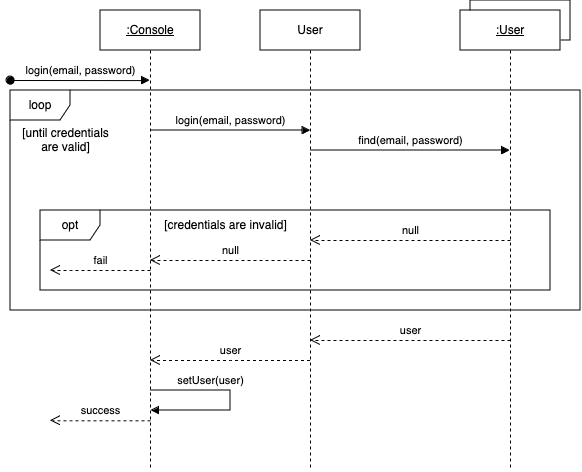
Above: artifacts/usecase-processofferings/login-interaction-diagram.png in vinishamanek/SOEN342 (draw.io), before the change. Source tidied: cells renumbered, new cells last; positions are measured from the earlier drawing's top-left corner, leaving out a move shared by most shapes. The source it was exported from:
```xml
<mxGraphModel>
  <root>
    <mxCell id="0" />
    <mxCell id="1" parent="0" />
    <mxCell id="2" style="rounded=0;whiteSpace=wrap;html=1;" parent="1" vertex="1">
      <mxGeometry x="460" width="100" height="40" as="geometry" />
    </mxCell>
    <mxCell id="3" value="&lt;u&gt;:Console&lt;/u&gt;" style="shape=umlLifeline;perimeter=lifelinePerimeter;whiteSpace=wrap;html=1;outlineConnect=0;portConstraint=eastwest;newEdgeStyle={&quot;edgeStyle&quot;:&quot;elbowEdgeStyle&quot;,&quot;elbow&quot;:&quot;vertical&quot;,&quot;curved&quot;:0,&quot;rounded&quot;:0};" parent="1" vertex="1">
      <mxGeometry x="90" y="10" width="100" height="460" as="geometry" />
    </mxCell>
    <mxCell id="4" value="user" style="html=1;verticalAlign=bottom;endArrow=open;dashed=1;endSize=8;edgeStyle=elbowEdgeStyle;elbow=vertical;curved=0;rounded=0;" parent="1" edge="1">
      <mxGeometry relative="1" as="geometry">
        <mxPoint x="500" y="340" as="sourcePoint" />
        <mxPoint x="299.9" y="340" as="targetPoint" />
        <Array as="points">
          <mxPoint x="425" y="340" />
        </Array>
      </mxGeometry>
    </mxCell>
    <mxCell id="5" value="login(email, password)" style="html=1;verticalAlign=bottom;startArrow=oval;endArrow=block;startSize=8;edgeStyle=elbowEdgeStyle;elbow=vertical;curved=0;rounded=0;" parent="1" edge="1" target="3">
      <mxGeometry relative="1" as="geometry">
        <mxPoint y="80" as="sourcePoint" />
      </mxGeometry>
    </mxCell>
    <mxCell id="6" value="User" style="shape=umlLifeline;perimeter=lifelinePerimeter;whiteSpace=wrap;html=1;newEdgeStyle={&quot;edgeStyle&quot;:&quot;elbowEdgeStyle&quot;,&quot;elbow&quot;:&quot;vertical&quot;,&quot;curved&quot;:0,&quot;rounded&quot;:0};" parent="1" vertex="1">
      <mxGeometry x="250" y="10" width="100" height="460" as="geometry" />
    </mxCell>
    <mxCell id="7" value="login(email, password)" style="html=1;verticalAlign=bottom;endArrow=none;edgeStyle=elbowEdgeStyle;elbow=vertical;curved=0;rounded=0;startArrow=block;startFill=1;endFill=0;" parent="1" edge="1">
      <mxGeometry relative="1" as="geometry">
        <mxPoint x="300" y="130" as="sourcePoint" />
        <mxPoint x="140" y="130" as="targetPoint" />
        <Array as="points">
          <mxPoint x="230" y="130" />
        </Array>
      </mxGeometry>
    </mxCell>
    <mxCell id="8" value="&lt;u&gt;:User&lt;/u&gt;" style="shape=umlLifeline;perimeter=lifelinePerimeter;whiteSpace=wrap;html=1;newEdgeStyle={&quot;edgeStyle&quot;:&quot;elbowEdgeStyle&quot;,&quot;elbow&quot;:&quot;vertical&quot;,&quot;curved&quot;:0,&quot;rounded&quot;:0};" parent="1" vertex="1">
      <mxGeometry x="450" y="10" width="100" height="460" as="geometry" />
    </mxCell>
    <mxCell id="9" value="find(email, password)" style="html=1;verticalAlign=bottom;endArrow=none;edgeStyle=elbowEdgeStyle;elbow=vertical;curved=0;rounded=0;startArrow=block;startFill=1;endFill=0;" parent="1" edge="1">
      <mxGeometry x="-0.01" relative="1" as="geometry">
        <mxPoint x="499.5" y="150" as="sourcePoint" />
        <mxPoint x="300" y="150" as="targetPoint" />
        <Array as="points">
          <mxPoint x="390" y="150" />
        </Array>
      </mxGeometry>
    </mxCell>
    <mxCell id="10" value="opt" style="shape=umlFrame;whiteSpace=wrap;html=1;" parent="1" vertex="1">
      <mxGeometry x="30" y="210" width="510" height="80" as="geometry" />
    </mxCell>
    <mxCell id="11" value="user" style="html=1;verticalAlign=bottom;endArrow=open;dashed=1;endSize=8;edgeStyle=elbowEdgeStyle;elbow=vertical;curved=0;rounded=0;" parent="1" edge="1">
      <mxGeometry relative="1" as="geometry">
        <mxPoint x="299.5" y="360" as="sourcePoint" />
        <mxPoint x="140" y="360" as="targetPoint" />
        <Array as="points">
          <mxPoint x="220" y="360" />
        </Array>
      </mxGeometry>
    </mxCell>
    <mxCell id="12" value="success" style="html=1;verticalAlign=bottom;endArrow=open;dashed=1;endSize=8;edgeStyle=elbowEdgeStyle;elbow=vertical;curved=0;rounded=0;" parent="1" edge="1">
      <mxGeometry relative="1" as="geometry">
        <mxPoint x="140" y="420.3" as="sourcePoint" />
        <mxPoint x="40" y="420.3" as="targetPoint" />
        <Array as="points">
          <mxPoint x="60" y="420.3" />
        </Array>
      </mxGeometry>
    </mxCell>
    <mxCell id="13" value="[credentials are invalid]" style="text;html=1;align=center;verticalAlign=middle;strokeColor=none;fillColor=none;" parent="1" vertex="1">
      <mxGeometry x="140" y="210" width="150" height="30" as="geometry" />
    </mxCell>
    <mxCell id="14" value="null" style="html=1;verticalAlign=bottom;endArrow=open;dashed=1;endSize=8;edgeStyle=elbowEdgeStyle;elbow=vertical;curved=0;rounded=0;" parent="1" edge="1">
      <mxGeometry relative="1" as="geometry">
        <mxPoint x="500" y="240" as="sourcePoint" />
        <mxPoint x="300" y="240.3" as="targetPoint" />
        <Array as="points">
          <mxPoint x="425" y="240" />
        </Array>
      </mxGeometry>
    </mxCell>
    <mxCell id="15" value="null" style="html=1;verticalAlign=bottom;endArrow=open;dashed=1;endSize=8;edgeStyle=elbowEdgeStyle;elbow=vertical;curved=0;rounded=0;" parent="1" edge="1">
      <mxGeometry relative="1" as="geometry">
        <mxPoint x="300" y="260" as="sourcePoint" />
        <mxPoint x="140" y="260" as="targetPoint" />
        <Array as="points">
          <mxPoint x="225" y="260" />
        </Array>
      </mxGeometry>
    </mxCell>
    <mxCell id="16" value="fail" style="html=1;verticalAlign=bottom;endArrow=open;dashed=1;endSize=8;edgeStyle=elbowEdgeStyle;elbow=vertical;curved=0;rounded=0;" parent="1" edge="1">
      <mxGeometry relative="1" as="geometry">
        <mxPoint x="140" y="270" as="sourcePoint" />
        <mxPoint x="40" y="270" as="targetPoint" />
        <Array as="points">
          <mxPoint x="60" y="270" />
        </Array>
      </mxGeometry>
    </mxCell>
    <mxCell id="17" value="loop" style="shape=umlFrame;whiteSpace=wrap;html=1;" parent="1" vertex="1">
      <mxGeometry y="90" width="570" height="220" as="geometry" />
    </mxCell>
    <mxCell id="18" value="&lt;div&gt;[until credentials&lt;/div&gt;&lt;div&gt;are valid]&lt;/div&gt;" style="text;html=1;align=center;verticalAlign=middle;strokeColor=none;fillColor=none;" parent="1" vertex="1">
      <mxGeometry y="120" width="110" height="40" as="geometry" />
    </mxCell>
    <mxCell id="19" value="setUser(user)" style="html=1;verticalAlign=bottom;endArrow=none;edgeStyle=orthogonalEdgeStyle;elbow=vertical;rounded=0;startArrow=block;startFill=1;endFill=0;" parent="1" edge="1">
      <mxGeometry x="0.33" relative="1" as="geometry">
        <mxPoint x="140.3" y="410" as="sourcePoint" />
        <mxPoint x="140" y="390" as="targetPoint" />
        <Array as="points">
          <mxPoint x="220" y="410" />
          <mxPoint x="220" y="390" />
        </Array>
      </mxGeometry>
    </mxCell>
  </root>
</mxGraphModel>
```
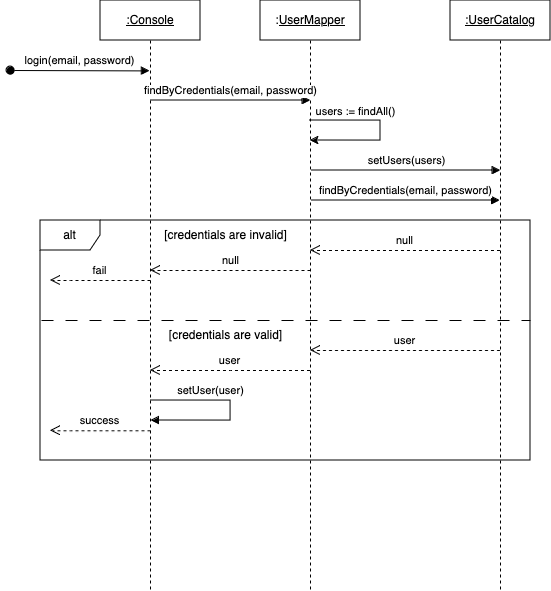
The same file after the commit.

Commit message:
Refine login diagram

Diff of the diagram source:
```diff
@@ -2,18 +2,15 @@
   <root>
     <mxCell id="0" />
     <mxCell id="1" parent="0" />
-    <mxCell id="2" style="rounded=0;whiteSpace=wrap;html=1;" parent="1" vertex="1">
-      <mxGeometry x="460" width="100" height="40" as="geometry" />
-    </mxCell>
     <mxCell id="3" value="&lt;u&gt;:Console&lt;/u&gt;" style="shape=umlLifeline;perimeter=lifelinePerimeter;whiteSpace=wrap;html=1;outlineConnect=0;portConstraint=eastwest;newEdgeStyle={&quot;edgeStyle&quot;:&quot;elbowEdgeStyle&quot;,&quot;elbow&quot;:&quot;vertical&quot;,&quot;curved&quot;:0,&quot;rounded&quot;:0};" parent="1" vertex="1">
-      <mxGeometry x="90" y="10" width="100" height="460" as="geometry" />
+      <mxGeometry x="90" y="10" width="100" height="590" as="geometry" />
     </mxCell>
     <mxCell id="4" value="user" style="html=1;verticalAlign=bottom;endArrow=open;dashed=1;endSize=8;edgeStyle=elbowEdgeStyle;elbow=vertical;curved=0;rounded=0;" parent="1" edge="1">
       <mxGeometry relative="1" as="geometry">
-        <mxPoint x="500" y="340" as="sourcePoint" />
-        <mxPoint x="299.9" y="340" as="targetPoint" />
+        <mxPoint x="489.5" y="360" as="sourcePoint" />
+        <mxPoint x="299.9" y="360" as="targetPoint" />
         <Array as="points">
-          <mxPoint x="425" y="340" />
+          <mxPoint x="425" y="360" />
         </Array>
       </mxGeometry>
     </mxCell>
@@ -22,96 +19,122 @@
         <mxPoint y="80" as="sourcePoint" />
       </mxGeometry>
     </mxCell>
-    <mxCell id="6" value="User" style="shape=umlLifeline;perimeter=lifelinePerimeter;whiteSpace=wrap;html=1;newEdgeStyle={&quot;edgeStyle&quot;:&quot;elbowEdgeStyle&quot;,&quot;elbow&quot;:&quot;vertical&quot;,&quot;curved&quot;:0,&quot;rounded&quot;:0};" parent="1" vertex="1">
-      <mxGeometry x="250" y="10" width="100" height="460" as="geometry" />
+    <mxCell id="6" value=":&lt;u&gt;UserMapper&lt;/u&gt;" style="shape=umlLifeline;perimeter=lifelinePerimeter;whiteSpace=wrap;html=1;newEdgeStyle={&quot;edgeStyle&quot;:&quot;elbowEdgeStyle&quot;,&quot;elbow&quot;:&quot;vertical&quot;,&quot;curved&quot;:0,&quot;rounded&quot;:0};" parent="1" vertex="1">
+      <mxGeometry x="250" y="10" width="100" height="590" as="geometry" />
     </mxCell>
-    <mxCell id="7" value="login(email, password)" style="html=1;verticalAlign=bottom;endArrow=none;edgeStyle=elbowEdgeStyle;elbow=vertical;curved=0;rounded=0;startArrow=block;startFill=1;endFill=0;" parent="1" edge="1">
+    <mxCell id="7" value="findByCredentials(email, password)" style="html=1;verticalAlign=bottom;endArrow=none;edgeStyle=elbowEdgeStyle;elbow=vertical;curved=0;rounded=0;startArrow=block;startFill=1;endFill=0;" parent="1" edge="1">
       <mxGeometry relative="1" as="geometry">
-        <mxPoint x="300" y="130" as="sourcePoint" />
-        <mxPoint x="140" y="130" as="targetPoint" />
+        <mxPoint x="300" y="110" as="sourcePoint" />
+        <mxPoint x="140" y="110" as="targetPoint" />
         <Array as="points">
-          <mxPoint x="230" y="130" />
+          <mxPoint x="230" y="110" />
         </Array>
       </mxGeometry>
     </mxCell>
-    <mxCell id="8" value="&lt;u&gt;:User&lt;/u&gt;" style="shape=umlLifeline;perimeter=lifelinePerimeter;whiteSpace=wrap;html=1;newEdgeStyle={&quot;edgeStyle&quot;:&quot;elbowEdgeStyle&quot;,&quot;elbow&quot;:&quot;vertical&quot;,&quot;curved&quot;:0,&quot;rounded&quot;:0};" parent="1" vertex="1">
-      <mxGeometry x="450" y="10" width="100" height="460" as="geometry" />
-    </mxCell>
-    <mxCell id="9" value="find(email, password)" style="html=1;verticalAlign=bottom;endArrow=none;edgeStyle=elbowEdgeStyle;elbow=vertical;curved=0;rounded=0;startArrow=block;startFill=1;endFill=0;" parent="1" edge="1">
-      <mxGeometry x="-0.01" relative="1" as="geometry">
-        <mxPoint x="499.5" y="150" as="sourcePoint" />
-        <mxPoint x="300" y="150" as="targetPoint" />
+    <mxCell id="9" value="findByCredentials(email, password)" style="html=1;verticalAlign=bottom;endArrow=none;edgeStyle=elbowEdgeStyle;elbow=vertical;curved=0;rounded=0;startArrow=block;startFill=1;endFill=0;" parent="1" edge="1">
+      <mxGeometry relative="1" as="geometry">
+        <mxPoint x="489.5" y="210" as="sourcePoint" />
+        <mxPoint x="300.5" y="210" as="targetPoint" />
         <Array as="points">
-          <mxPoint x="390" y="150" />
+          <mxPoint x="390.5" y="210" />
         </Array>
       </mxGeometry>
     </mxCell>
-    <mxCell id="10" value="opt" style="shape=umlFrame;whiteSpace=wrap;html=1;" parent="1" vertex="1">
-      <mxGeometry x="30" y="210" width="510" height="80" as="geometry" />
+    <mxCell id="10" value="alt" style="shape=umlFrame;whiteSpace=wrap;html=1;" parent="1" vertex="1">
+      <mxGeometry x="30" y="230" width="490" height="240" as="geometry" />
     </mxCell>
     <mxCell id="11" value="user" style="html=1;verticalAlign=bottom;endArrow=open;dashed=1;endSize=8;edgeStyle=elbowEdgeStyle;elbow=vertical;curved=0;rounded=0;" parent="1" edge="1">
       <mxGeometry relative="1" as="geometry">
-        <mxPoint x="299.5" y="360" as="sourcePoint" />
-        <mxPoint x="140" y="360" as="targetPoint" />
+        <mxPoint x="299.5" y="380" as="sourcePoint" />
+        <mxPoint x="140" y="380" as="targetPoint" />
         <Array as="points">
-          <mxPoint x="220" y="360" />
+          <mxPoint x="220" y="380" />
         </Array>
       </mxGeometry>
     </mxCell>
     <mxCell id="12" value="success" style="html=1;verticalAlign=bottom;endArrow=open;dashed=1;endSize=8;edgeStyle=elbowEdgeStyle;elbow=vertical;curved=0;rounded=0;" parent="1" edge="1">
       <mxGeometry relative="1" as="geometry">
-        <mxPoint x="140" y="420.3" as="sourcePoint" />
-        <mxPoint x="40" y="420.3" as="targetPoint" />
+        <mxPoint x="140" y="440.3" as="sourcePoint" />
+        <mxPoint x="40" y="440.3" as="targetPoint" />
         <Array as="points">
-          <mxPoint x="60" y="420.3" />
+          <mxPoint x="60" y="440.3" />
         </Array>
       </mxGeometry>
     </mxCell>
     <mxCell id="13" value="[credentials are invalid]" style="text;html=1;align=center;verticalAlign=middle;strokeColor=none;fillColor=none;" parent="1" vertex="1">
-      <mxGeometry x="140" y="210" width="150" height="30" as="geometry" />
+      <mxGeometry x="140" y="230" width="150" height="30" as="geometry" />
     </mxCell>
     <mxCell id="14" value="null" style="html=1;verticalAlign=bottom;endArrow=open;dashed=1;endSize=8;edgeStyle=elbowEdgeStyle;elbow=vertical;curved=0;rounded=0;" parent="1" edge="1">
       <mxGeometry relative="1" as="geometry">
-        <mxPoint x="500" y="240" as="sourcePoint" />
-        <mxPoint x="300" y="240.3" as="targetPoint" />
+        <mxPoint x="489.5" y="260" as="sourcePoint" />
+        <mxPoint x="300" y="260.3" as="targetPoint" />
         <Array as="points">
-          <mxPoint x="425" y="240" />
+          <mxPoint x="425" y="260" />
         </Array>
       </mxGeometry>
     </mxCell>
     <mxCell id="15" value="null" style="html=1;verticalAlign=bottom;endArrow=open;dashed=1;endSize=8;edgeStyle=elbowEdgeStyle;elbow=vertical;curved=0;rounded=0;" parent="1" edge="1">
       <mxGeometry relative="1" as="geometry">
-        <mxPoint x="300" y="260" as="sourcePoint" />
-        <mxPoint x="140" y="260" as="targetPoint" />
+        <mxPoint x="300" y="280" as="sourcePoint" />
+        <mxPoint x="140" y="280" as="targetPoint" />
         <Array as="points">
-          <mxPoint x="225" y="260" />
+          <mxPoint x="225" y="280" />
         </Array>
       </mxGeometry>
     </mxCell>
     <mxCell id="16" value="fail" style="html=1;verticalAlign=bottom;endArrow=open;dashed=1;endSize=8;edgeStyle=elbowEdgeStyle;elbow=vertical;curved=0;rounded=0;" parent="1" edge="1">
       <mxGeometry relative="1" as="geometry">
-        <mxPoint x="140" y="270" as="sourcePoint" />
-        <mxPoint x="40" y="270" as="targetPoint" />
+        <mxPoint x="140" y="290" as="sourcePoint" />
+        <mxPoint x="40" y="290" as="targetPoint" />
         <Array as="points">
-          <mxPoint x="60" y="270" />
+          <mxPoint x="60" y="290" />
         </Array>
       </mxGeometry>
     </mxCell>
-    <mxCell id="17" value="loop" style="shape=umlFrame;whiteSpace=wrap;html=1;" parent="1" vertex="1">
-      <mxGeometry y="90" width="570" height="220" as="geometry" />
-    </mxCell>
-    <mxCell id="18" value="&lt;div&gt;[until credentials&lt;/div&gt;&lt;div&gt;are valid]&lt;/div&gt;" style="text;html=1;align=center;verticalAlign=middle;strokeColor=none;fillColor=none;" parent="1" vertex="1">
-      <mxGeometry y="120" width="110" height="40" as="geometry" />
-    </mxCell>
     <mxCell id="19" value="setUser(user)" style="html=1;verticalAlign=bottom;endArrow=none;edgeStyle=orthogonalEdgeStyle;elbow=vertical;rounded=0;startArrow=block;startFill=1;endFill=0;" parent="1" edge="1">
       <mxGeometry x="0.33" relative="1" as="geometry">
-        <mxPoint x="140.3" y="410" as="sourcePoint" />
-        <mxPoint x="140" y="390" as="targetPoint" />
+        <mxPoint x="140.3" y="430" as="sourcePoint" />
+        <mxPoint x="140" y="410" as="targetPoint" />
         <Array as="points">
+          <mxPoint x="220" y="430" />
           <mxPoint x="220" y="410" />
-          <mxPoint x="220" y="390" />
         </Array>
       </mxGeometry>
     </mxCell>
+    <mxCell id="20" style="endArrow=none;dashed=1;html=1;rounded=0;exitX=0.002;exitY=0.496;exitDx=0;exitDy=0;exitPerimeter=0;dashPattern=12 12;" parent="1" edge="1">
+      <mxGeometry relative="1" as="geometry">
+        <mxPoint x="31" y="330" as="sourcePoint" />
+        <mxPoint x="520" y="330" as="targetPoint" />
+      </mxGeometry>
+    </mxCell>
+    <mxCell id="21" value="[credentials are valid]" style="text;html=1;align=center;verticalAlign=middle;strokeColor=none;fillColor=none;" parent="1" vertex="1">
+      <mxGeometry x="145" y="330" width="140" height="30" as="geometry" />
+    </mxCell>
+    <mxCell id="22" value="&lt;u&gt;:UserCatalog&lt;/u&gt;" style="shape=umlLifeline;perimeter=lifelinePerimeter;whiteSpace=wrap;html=1;newEdgeStyle={&quot;edgeStyle&quot;:&quot;elbowEdgeStyle&quot;,&quot;elbow&quot;:&quot;vertical&quot;,&quot;curved&quot;:0,&quot;rounded&quot;:0};" parent="1" vertex="1">
+      <mxGeometry x="440" y="10" width="100" height="590" as="geometry" />
+    </mxCell>
+    <mxCell id="23" style="edgeStyle=orthogonalEdgeStyle;rounded=0;orthogonalLoop=1;jettySize=auto;html=1;elbow=vertical;" parent="1" edge="1">
+      <mxGeometry relative="1" as="geometry">
+        <mxPoint x="299.6" y="130" as="sourcePoint" />
+        <mxPoint x="299.6" y="150" as="targetPoint" />
+        <Array as="points">
+          <mxPoint x="370" y="150" />
+        </Array>
+      </mxGeometry>
+    </mxCell>
+    <mxCell id="24" value="users := findAll()" style="edgeLabel;html=1;align=center;verticalAlign=middle;" parent="23" vertex="1">
+      <mxGeometry x="-0.44" relative="1" as="geometry">
+        <mxPoint y="-10" as="offset" />
+      </mxGeometry>
+    </mxCell>
+    <mxCell id="25" value="setUsers(users)" style="html=1;verticalAlign=bottom;endArrow=none;edgeStyle=elbowEdgeStyle;elbow=vertical;curved=0;rounded=0;startArrow=block;startFill=1;endFill=0;" parent="1" edge="1">
+      <mxGeometry x="-0.01" relative="1" as="geometry">
+        <mxPoint x="490" y="180" as="sourcePoint" />
+        <mxPoint x="300.5" y="180" as="targetPoint" />
+        <Array as="points">
+          <mxPoint x="390.5" y="180" />
+        </Array>
+      </mxGeometry>
+    </mxCell>
   </root>
 </mxGraphModel>
```
